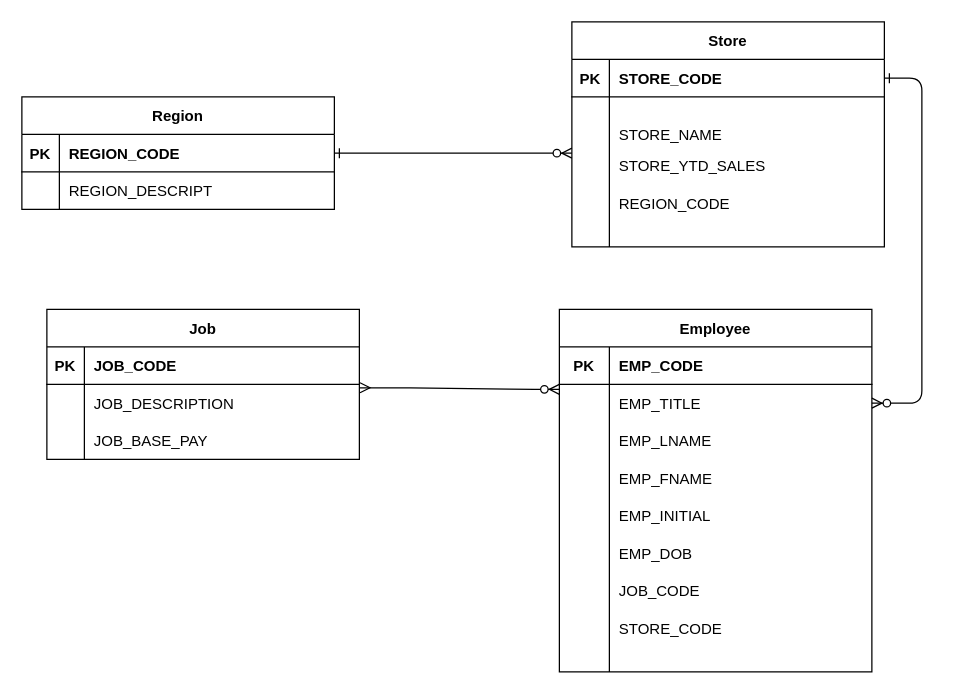
Above: Untitled Diagram.drawio in khiru27/UM-stuff (draw.io), before the change. Source tidied: cells renumbered, new cells numbered last; positions are measured from the earlier drawing's top-left corner, leaving out a move shared by most shapes. Both pictures are drawn from the tidied source at 125%, with x=0, y=0 at pixel (21, 21).
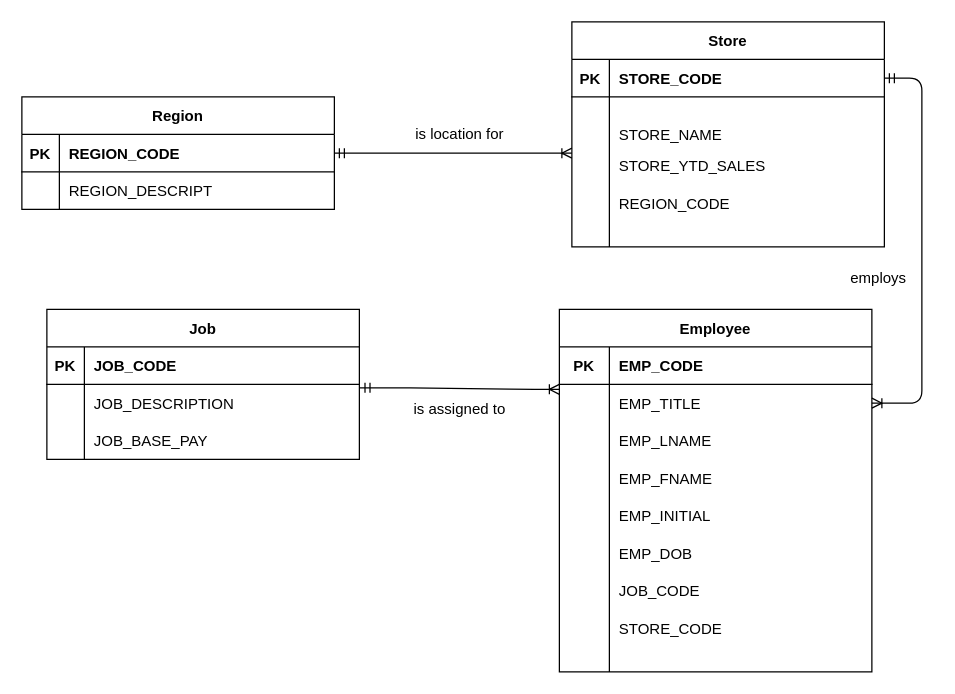
After the change.

The change refers to these unchanged cells:
```xml
<mxCell id="5" style="shape=partialRectangle;fillColor=none;points=[[0,0.5],[1,0.5]];portConstraint=eastwest;top=0;left=0;right=0;bottom=1;" parent="4" vertex="1">
  <mxGeometry y="30" width="250" height="30" as="geometry" />
</mxCell>
<mxCell id="8" style="shape=partialRectangle;fillColor=none;points=[[0,0.5],[1,0.5]];portConstraint=eastwest;top=0;left=0;right=0;bottom=0;" parent="4" vertex="1">
  <mxGeometry y="60" width="250" height="90" as="geometry" />
</mxCell>
<mxCell id="18" style="shape=partialRectangle;fillColor=none;points=[[0,0.5],[1,0.5]];portConstraint=eastwest;top=0;left=0;right=0;bottom=0;" parent="14" vertex="1">
  <mxGeometry y="60" width="250" height="30" as="geometry" />
</mxCell>
<mxCell id="25" style="shape=partialRectangle;fillColor=none;points=[[0,0.5],[1,0.5]];portConstraint=eastwest;top=0;left=0;right=0;bottom=1;" parent="24" vertex="1">
  <mxGeometry y="30" width="250" height="30" as="geometry" />
</mxCell>
<mxCell id="35" style="shape=partialRectangle;fillColor=none;points=[[0,0.5],[1,0.5]];portConstraint=eastwest;top=0;left=0;right=0;bottom=0;" parent="31" vertex="1">
  <mxGeometry y="60" width="250" height="30" as="geometry" />
</mxCell>
```

The edit, as a diff of the source:
```diff
@@
-    <mxCell id="2" style="edgeStyle=entityRelationEdgeStyle;endArrow=ERzeroToMany;startArrow=ERone;endFill=1;startFill=0;" parent="1" edge="1" source="25" target="8">
+    <mxCell id="2" style="edgeStyle=entityRelationEdgeStyle;endArrow=ERoneToMany;startArrow=ERmandOne;endFill=0;startFill=0;" parent="1" edge="1" source="25" target="8">
       <mxGeometry relative="1" as="geometry" />
     </mxCell>
-    <mxCell id="3" style="edgeStyle=entityRelationEdgeStyle;endArrow=ERzeroToMany;startArrow=ERone;endFill=1;startFill=0;" parent="1" edge="1" source="5" target="18">
+    <mxCell id="3" style="edgeStyle=entityRelationEdgeStyle;endArrow=ERoneToMany;startArrow=ERmandOne;endFill=0;startFill=0;" parent="1" edge="1" source="5" target="18">
       <mxGeometry relative="1" as="geometry" />
     </mxCell>
@@
-    <mxCell id="41" style="edgeStyle=entityRelationEdgeStyle;endArrow=ERzeroToMany;startArrow=ERmany;endFill=1;startFill=0;exitX=1.002;exitY=0.09;exitDx=0;exitDy=0;exitPerimeter=0;entryX=0;entryY=0.133;entryDx=0;entryDy=0;entryPerimeter=0;" parent="1" edge="1" source="35" target="18">
+    <mxCell id="41" style="edgeStyle=entityRelationEdgeStyle;endArrow=ERoneToMany;startArrow=ERmandOne;endFill=0;startFill=0;exitX=1.002;exitY=0.09;exitDx=0;exitDy=0;exitPerimeter=0;entryX=0;entryY=0.133;entryDx=0;entryDy=0;entryPerimeter=0;" parent="1" edge="1" source="35" target="18">
       <mxGeometry relative="1" as="geometry" />
     </mxCell>
@@
+    <mxCell id="57" value="employs" style="text;html=1;align=center;verticalAlign=middle;strokeColor=none;fillColor=none;" parent="1" vertex="1">
+      <mxGeometry x="650" y="190" width="70" height="30" as="geometry" />
+    </mxCell>
+    <mxCell id="58" value="is location for" style="text;html=1;align=center;verticalAlign=middle;strokeColor=none;fillColor=none;" parent="1" vertex="1">
+      <mxGeometry x="305" y="75" width="90" height="30" as="geometry" />
+    </mxCell>
+    <mxCell id="59" value="is assigned to" style="text;html=1;align=center;verticalAlign=middle;strokeColor=none;fillColor=none;" parent="1" vertex="1">
+      <mxGeometry x="300" y="295" width="100" height="30" as="geometry" />
+    </mxCell>
```
